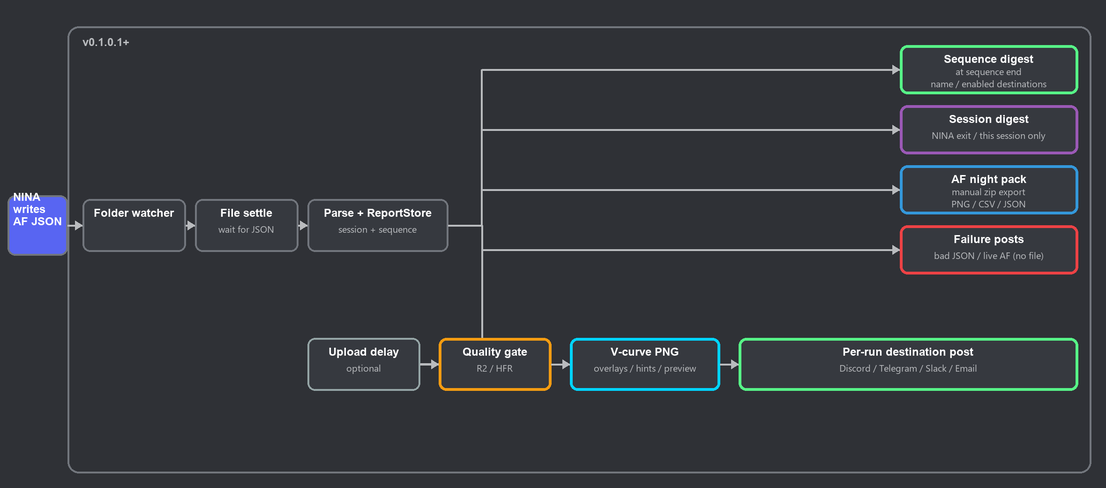
chrisflory/AutoFocusGraphs keeps this Mermaid diagram as assets/flowchart.png. Above is the earlier version. Its source is kept beside it as assets/flowchart.mmd.
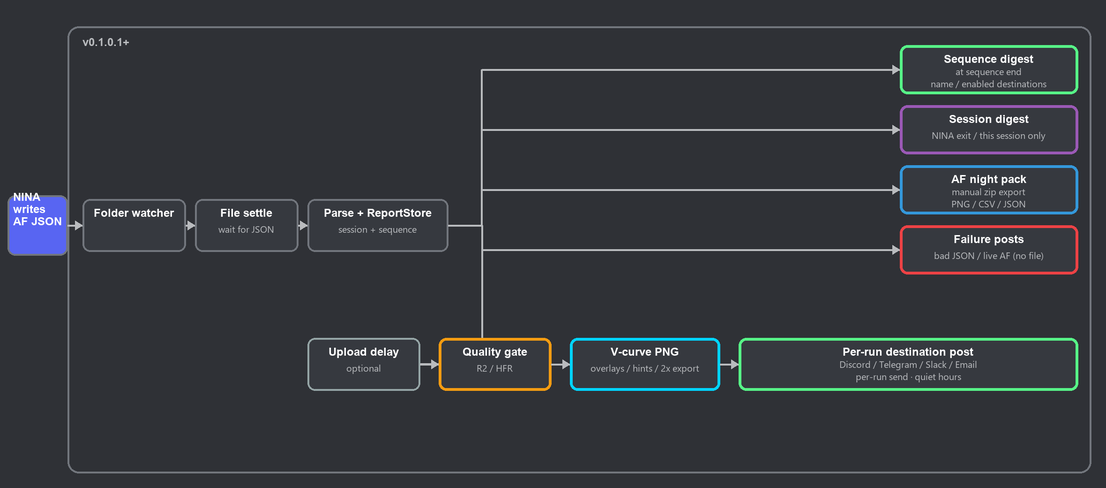
The same file after the commit.

Commit message:
Refresh README and flowchart for 2x graphs, quiet hours, and destinations.

Diff of the diagram source:
```diff
@@ -21,5 +21,5 @@
     P --> FAIL["Failure posts<br/>bad JSON · live AF"]:::failure
     P --> D["Upload delay"]:::core
     D --> QG["Quality gate<br/>R² · HFR"]:::quality
-    QG --> VC["V-curve PNG<br/>overlays · hints · preview"]:::graph
-    VC --> PR["Per-run post<br/>Discord · Telegram · Slack · Email"]:::dest
+    QG --> VC["V-curve PNG<br/>overlays · hints · 2× export"]:::graph
+    VC --> PR["Per-run post<br/>Discord · Telegram · Slack · Email<br/>per-run send · quiet hours"]:::dest
```
